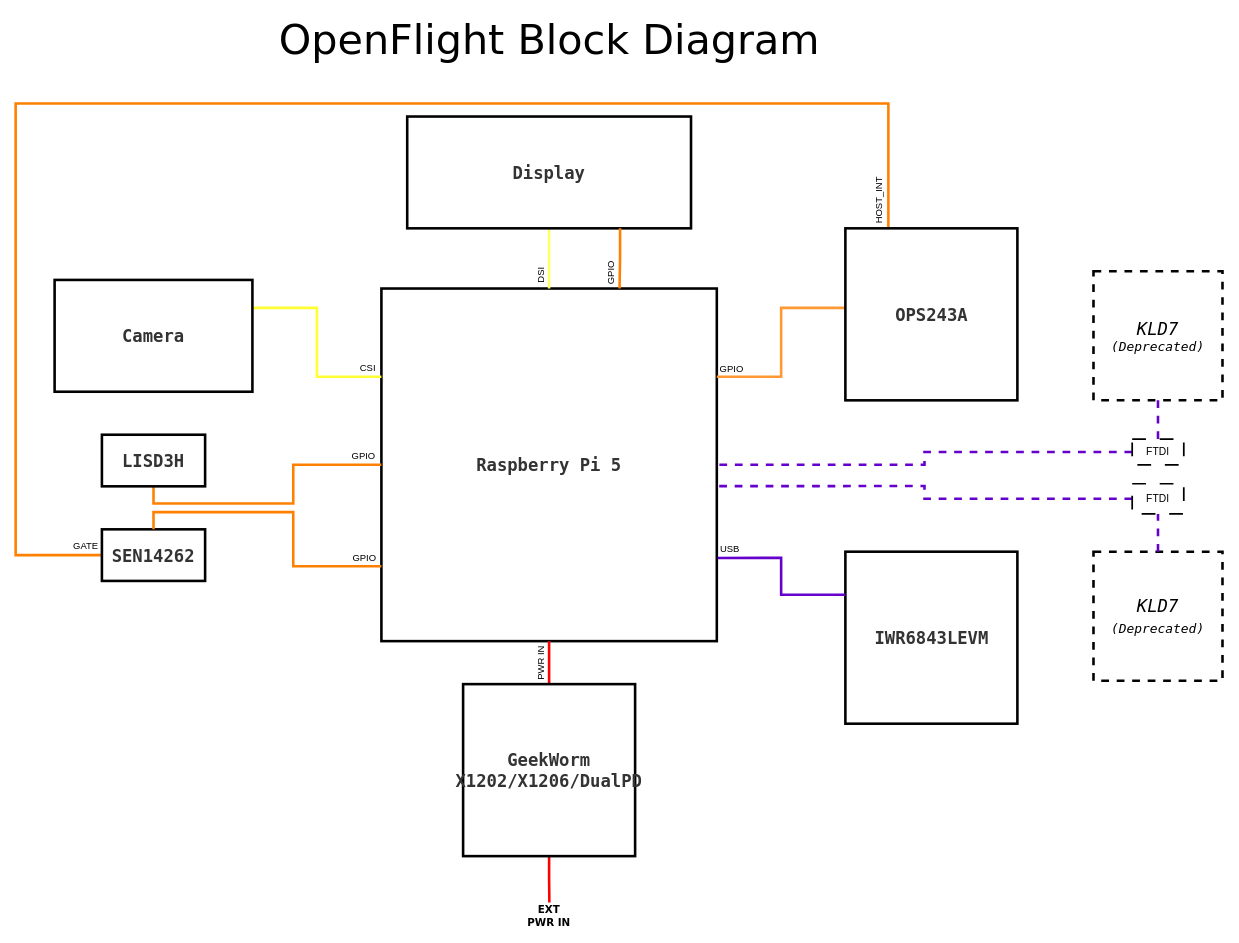
Robinante/OpenFlight-Radar-Workbench keeps this draw.io diagram as docs/OpenFlight_Block_Diagram.drawio. Above is the earlier version. Source tidied: cells renumbered, new cells numbered last; positions are measured from the earlier drawing's top-left corner, leaving out a move shared by most shapes. Both pictures are drawn from the tidied source at 86%, with x=0, y=0 at pixel (15, 27).
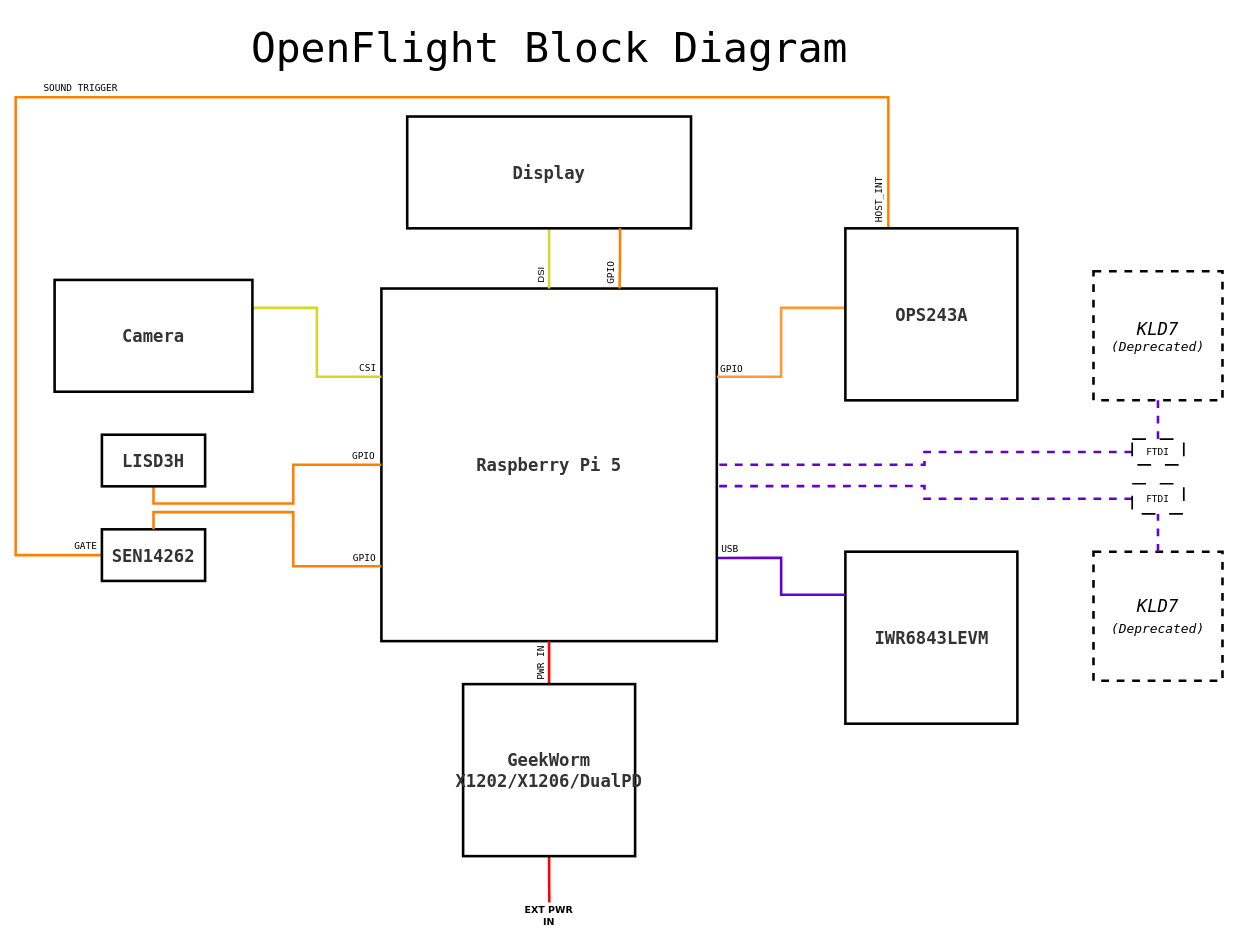
Above is the later version.

Commit message:
Font normalization

Unchanged cells that the change refers to:
```xml
<mxCell id="2" value="Raspberry Pi 5" style="rounded=0;whiteSpace=wrap;fillColor=light-dark(#FFFFFF,#FFFFFF);fontColor=#333333;strokeColor=light-dark(#000000,#000000);perimeterSpacing=0;strokeWidth=3;glass=0;labelBackgroundColor=none;labelBorderColor=none;textShadow=0;fontStyle=1;fontSize=20;fontFamily=Lucida Console;html=1;points=[[0,0,1,0,0],[0,0.25,1,0,0],[0,0.37561,0,0,0],[0,0.5,1,0,0],[0,0.787805,0,0,0],[0,1,1,0,0],[0.25,0,1,0,0],[0.25,1,1,0,0],[0.5,0,1,0,0],[0.5,1,1,0,0],[0.692308,0,0,0,0],[0.75,1,1,0,0],[1,0,1,0,0],[1,0.25,1,0,0],[1,0.5,1,0,0],[1,0.75,1,0,0],[1,1,1,0,0],[0.99728,0.560331,0,0,0]];" parent="1" vertex="1">
  <mxGeometry x="425" y="304" width="390" height="410" as="geometry" />
</mxCell>
<mxCell id="5" value="Display" style="rounded=0;whiteSpace=wrap;html=1;strokeWidth=3;fontFamily=Lucida Console;fontSize=20;fontColor=#333333;fontStyle=1;align=center;verticalAlign=middle;labelBorderColor=none;labelBackgroundColor=none;" parent="1" vertex="1">
  <mxGeometry x="455" y="104" width="330" height="130" as="geometry" />
</mxCell>
<mxCell id="8" value="Camera" style="rounded=0;whiteSpace=wrap;html=1;strokeWidth=3;fontFamily=Lucida Console;fontSize=20;fontColor=#333333;fontStyle=1;align=center;verticalAlign=middle;labelBorderColor=none;labelBackgroundColor=none;" parent="1" vertex="1">
  <mxGeometry x="45" y="294" width="230" height="130" as="geometry" />
</mxCell>
<mxCell id="12" value="SEN14262" style="rounded=0;whiteSpace=wrap;html=1;strokeWidth=3;fontFamily=Lucida Console;fontSize=20;fontColor=#333333;fontStyle=1;align=center;verticalAlign=middle;labelBorderColor=none;labelBackgroundColor=none;" parent="1" vertex="1">
  <mxGeometry x="100" y="584" width="120" height="60" as="geometry" />
</mxCell>
<mxCell id="15" style="edgeStyle=orthogonalEdgeStyle;rounded=0;jettySize=auto;html=1;exitX=0.003804;exitY=0.462609;exitDx=0;exitDy=0;exitPerimeter=0;entryX=1;entryY=0.25;entryDx=0;entryDy=0;strokeWidth=3;strokeColor=light-dark(#FF9933,#FF9933);endArrow=none;endFill=0;" parent="1" edge="1" source="17" target="2">
  <mxGeometry relative="1" as="geometry" />
</mxCell>
<mxCell id="17" value="&lt;div&gt;OPS243A&lt;/div&gt;" style="rounded=0;whiteSpace=wrap;html=1;strokeWidth=3;fontFamily=Lucida Console;fontSize=20;fontColor=#333333;fontStyle=1;align=center;verticalAlign=middle;labelBorderColor=none;labelBackgroundColor=none;points=[[0,0,1,0,0],[0.25,0,1,0,0],[0.5,0,1,0,0],[0.75,0,1,0,0],[1,0,1,0,0],[0,0.25,1,0,0],[0,0.5,1,0,0],[0,0.75,1,0,0],[1,0.25,1,0,0],[1,0.5,1,0,0],[1,0.75,1,0,0],[0,1,1,0,0],[0.25,1,1,0,0],[0.5,1,1,0,0],[0.75,1,1,0,0],[1,1,1,0,0],[0.003804,0.462609,0,0,0]];" parent="1" vertex="1">
  <mxGeometry x="964.5" y="234" width="200" height="200" as="geometry" />
</mxCell>
<mxCell id="19" style="edgeStyle=orthogonalEdgeStyle;rounded=0;jettySize=auto;html=1;exitX=0.5;exitY=0;exitDx=0;exitDy=0;entryX=0.5;entryY=1;entryDx=0;entryDy=0;endArrow=none;endFill=0;strokeWidth=3;strokeColor=#FF0000;" parent="1" edge="1" source="22" target="2">
  <mxGeometry relative="1" as="geometry" />
</mxCell>
<mxCell id="27" style="edgeStyle=orthogonalEdgeStyle;rounded=0;jettySize=auto;html=1;exitX=0;exitY=0.25;exitDx=0;exitDy=0;entryX=1.003;entryY=0.764;entryDx=0;entryDy=0;entryPerimeter=0;endArrow=none;endFill=0;startArrow=none;startFill=0;strokeWidth=3;strokeColor=#6600CC;" parent="1" edge="1" source="18" target="2">
  <mxGeometry relative="1" as="geometry" />
</mxCell>
<mxCell id="29" style="edgeStyle=orthogonalEdgeStyle;rounded=0;jettySize=auto;html=1;exitX=0.5;exitY=0;exitDx=0;exitDy=0;entryX=0;entryY=0.787805;entryDx=0;entryDy=0;entryPerimeter=0;strokeWidth=3;endArrow=none;endFill=0;strokeColor=#FF8000;" parent="1" edge="1" source="12" target="2">
  <mxGeometry relative="1" as="geometry" />
</mxCell>
<mxCell id="32" style="edgeStyle=orthogonalEdgeStyle;rounded=0;jettySize=auto;html=1;exitX=0.75;exitY=1;exitDx=0;exitDy=0;entryX=0.71;entryY=0;entryDx=0;entryDy=0;entryPerimeter=0;endArrow=none;endFill=0;strokeColor=#FF8000;strokeWidth=3;" parent="1" edge="1" source="5" target="2">
  <mxGeometry relative="1" as="geometry" />
</mxCell>
```

Diff of the diagram source:
```diff
@@
-    <mxCell id="3" style="edgeStyle=orthogonalEdgeStyle;rounded=0;jettySize=auto;html=1;exitX=0.5;exitY=1;exitDx=0;exitDy=0;entryX=0.5;entryY=0;entryDx=0;entryDy=0;endArrow=none;endFill=0;strokeColor=#FFFF66;strokeWidth=3;" parent="1" edge="1" source="5" target="2">
+    <mxCell id="3" style="edgeStyle=orthogonalEdgeStyle;rounded=0;jettySize=auto;html=1;exitX=0.5;exitY=1;exitDx=0;exitDy=0;entryX=0.5;entryY=0;entryDx=0;entryDy=0;endArrow=none;endFill=0;strokeColor=#D5D52B;strokeWidth=3;" parent="1" edge="1" source="5" target="2">
       <mxGeometry relative="1" as="geometry" />
     </mxCell>
@@
-    <mxCell id="6" style="edgeStyle=orthogonalEdgeStyle;rounded=0;jettySize=auto;html=1;exitX=1;exitY=0.25;exitDx=0;exitDy=0;entryX=0;entryY=0.25;entryDx=0;entryDy=0;endArrow=none;endFill=0;strokeColor=#FFFF33;strokeWidth=3;" parent="1" edge="1" source="8" target="2">
+    <mxCell id="6" style="edgeStyle=orthogonalEdgeStyle;rounded=0;jettySize=auto;html=1;exitX=1;exitY=0.25;exitDx=0;exitDy=0;entryX=0;entryY=0.25;entryDx=0;entryDy=0;endArrow=none;endFill=0;strokeColor=#D5D52B;strokeWidth=3;" parent="1" edge="1" source="8" target="2">
       <mxGeometry relative="1" as="geometry" />
     </mxCell>
-    <mxCell id="7" value="CSI" style="edgeLabel;html=1;align=center;verticalAlign=middle;" parent="6" vertex="1">
+    <mxCell id="7" value="CSI" style="edgeLabel;html=1;align=center;verticalAlign=middle;fontFamily=Lucida Console;" parent="6" vertex="1">
       <mxGeometry x="0.64" y="3" relative="1" as="geometry">
         <mxPoint x="24" y="-8" as="offset" />
       </mxGeometry>
     </mxCell>
@@
     <mxCell id="9" style="edgeStyle=orthogonalEdgeStyle;rounded=0;jettySize=auto;html=1;exitX=0;exitY=0.5;exitDx=0;exitDy=0;entryX=0.25;entryY=0;entryDx=0;entryDy=0;endArrow=none;endFill=0;strokeWidth=3;strokeColor=light-dark(#FF8000,#FF8000);" parent="1" edge="1" source="12" target="17">
       <mxGeometry x="0.11" relative="1" as="geometry">
         <Array as="points">
           <mxPoint x="-0.3" y="614" />
-          <mxPoint x="-0.3" y="88.8" />
-          <mxPoint x="1014.5" y="88.8" />
+          <mxPoint x="-0.3" y="81.5" />
+          <mxPoint x="1014.5" y="81.5" />
         </Array>
       </mxGeometry>
     </mxCell>
-    <mxCell id="10" value="GATE" style="edgeLabel;html=1;align=center;verticalAlign=middle;" parent="9" vertex="1">
+    <mxCell id="10" value="GATE" style="edgeLabel;html=1;align=center;verticalAlign=middle;fontFamily=Lucida Console;fontSize=11;fontColor=default;fontStyle=0;labelBackgroundColor=default;" parent="9" vertex="1">
       <mxGeometry x="-0.95" y="2" relative="1" as="geometry">
         <mxPoint x="25" y="-14" as="offset" />
       </mxGeometry>
     </mxCell>
-    <mxCell id="11" value="HOST_INT" style="edgeLabel;html=1;align=center;verticalAlign=middle;rotation=270;" parent="9" vertex="1">
+    <mxCell id="11" value="HOST_INT" style="edgeLabel;html=1;align=center;verticalAlign=middle;rotation=270;fontFamily=Lucida Console;fontSize=11;fontColor=default;fontStyle=0;labelBackgroundColor=default;" parent="9" vertex="1">
       <mxGeometry x="0.94" y="6" relative="1" as="geometry">
         <mxPoint x="-17" y="22" as="offset" />
       </mxGeometry>
     </mxCell>
+    <mxCell id="40" value="&lt;font face=&quot;Lucida Console&quot;&gt;SOUND TRIGGER&lt;/font&gt;" style="edgeLabel;html=1;align=center;verticalAlign=middle;" parent="9" vertex="1">
+      <mxGeometry x="0.01" y="-2" relative="1" as="geometry">
+        <mxPoint x="-201" y="-13" as="offset" />
+      </mxGeometry>
+    </mxCell>
@@
-    <mxCell id="16" value="GPIO" style="edgeLabel;html=1;align=center;verticalAlign=middle;" parent="15" vertex="1">
+    <mxCell id="16" value="GPIO" style="edgeLabel;html=1;align=center;verticalAlign=middle;fontFamily=Lucida Console;fontSize=11;fontColor=default;fontStyle=0;labelBackgroundColor=default;" parent="15" vertex="1">
       <mxGeometry x="0.7" relative="1" as="geometry">
         <mxPoint x="-18" y="-10" as="offset" />
       </mxGeometry>
     </mxCell>
@@
-    <mxCell id="20" value="PWR IN" style="edgeLabel;html=1;align=center;verticalAlign=middle;rotation=270;" parent="19" vertex="1">
+    <mxCell id="20" value="PWR IN" style="edgeLabel;html=1;align=center;verticalAlign=middle;rotation=270;fontFamily=Lucida Console;fontSize=11;fontColor=default;fontStyle=0;labelBackgroundColor=default;" parent="19" vertex="1">
       <mxGeometry x="0.81" y="-1" relative="1" as="geometry">
         <mxPoint x="-11" y="22" as="offset" />
       </mxGeometry>
     </mxCell>
@@
-    <mxCell id="23" value="OpenFlight Block Diagram" style="text;html=1;whiteSpace=wrap;strokeColor=none;fillColor=none;align=center;verticalAlign=middle;rounded=0;fontSize=48;fontFamily=Verdana;" parent="1" vertex="1">
-      <mxGeometry x="275.5" width="689" height="30" as="geometry" />
+    <mxCell id="23" value="OpenFlight Block Diagram" style="text;html=1;whiteSpace=wrap;strokeColor=none;fillColor=none;align=center;verticalAlign=middle;rounded=0;fontSize=48;fontFamily=Lucida Console;" parent="1" vertex="1">
+      <mxGeometry x="202.8" y="9" width="834.5" height="30" as="geometry" />
     </mxCell>
@@
-    <mxCell id="28" value="USB" style="edgeLabel;html=1;align=center;verticalAlign=middle;" parent="27" vertex="1">
+    <mxCell id="28" value="USB" style="edgeLabel;html=1;align=center;verticalAlign=middle;fontFamily=Lucida Console;fontSize=11;fontColor=default;fontStyle=0;labelBackgroundColor=default;" parent="27" vertex="1">
       <mxGeometry x="0.65" relative="1" as="geometry">
         <mxPoint x="-20" y="-11" as="offset" />
       </mxGeometry>
     </mxCell>
@@
-    <mxCell id="30" value="GPIO" style="edgeLabel;html=1;align=center;verticalAlign=middle;" parent="29" vertex="1">
+    <mxCell id="30" value="GPIO" style="edgeLabel;html=1;align=center;verticalAlign=middle;fontFamily=Lucida Console;fontSize=11;fontColor=default;fontStyle=0;labelBackgroundColor=default;" parent="29" vertex="1">
       <mxGeometry x="0.78" y="-7" relative="1" as="geometry">
         <mxPoint x="18" y="-18" as="offset" />
       </mxGeometry>
     </mxCell>
-    <mxCell id="31" value="GPIO" style="edgeLabel;html=1;align=center;verticalAlign=middle;" parent="29" vertex="1">
+    <mxCell id="31" value="GPIO" style="edgeLabel;html=1;align=center;verticalAlign=middle;fontFamily=Lucida Console;fontSize=11;fontColor=default;fontStyle=0;labelBackgroundColor=default;" parent="29" vertex="1">
       <mxGeometry x="0.78" y="-7" relative="1" as="geometry">
         <mxPoint x="17" y="-136" as="offset" />
       </mxGeometry>
     </mxCell>
@@
-    <mxCell id="33" value="GPIO" style="edgeLabel;html=1;align=center;verticalAlign=middle;rotation=270;" parent="32" vertex="1">
+    <mxCell id="33" value="GPIO" style="edgeLabel;html=1;align=center;verticalAlign=middle;rotation=270;fontFamily=Lucida Console;fontSize=11;fontColor=default;fontStyle=0;labelBackgroundColor=default;" parent="32" vertex="1">
       <mxGeometry x="0.34" relative="1" as="geometry">
         <mxPoint x="-10" y="6" as="offset" />
       </mxGeometry>
     </mxCell>
-    <mxCell id="34" value="&lt;font face=&quot;Verdana&quot;&gt;&lt;b&gt;EXT PWR IN&lt;/b&gt;&lt;/font&gt;" style="text;html=1;whiteSpace=wrap;strokeColor=none;fillColor=none;align=center;verticalAlign=middle;rounded=0;" parent="1" vertex="1">
+    <mxCell id="34" value="&lt;font face=&quot;Verdana&quot;&gt;&lt;b&gt;EXT PWR IN&lt;/b&gt;&lt;/font&gt;" style="text;html=1;whiteSpace=wrap;strokeColor=none;fillColor=none;align=center;verticalAlign=middle;rounded=0;fontFamily=Lucida Console;fontSize=11;fontColor=default;fontStyle=0;labelBackgroundColor=default;" parent="1" vertex="1">
       <mxGeometry x="590" y="1019" width="60" height="30" as="geometry" />
     </mxCell>
@@
-    <mxCell id="37" value="FTDI" style="rounded=0;whiteSpace=wrap;html=1;dashed=1;dashPattern=8 8;strokeWidth=2;" parent="1" vertex="1">
+    <mxCell id="37" value="FTDI" style="rounded=0;whiteSpace=wrap;html=1;dashed=1;dashPattern=8 8;strokeWidth=2;fontFamily=Lucida Console;fontSize=11;fontColor=default;fontStyle=0;align=center;verticalAlign=middle;labelBackgroundColor=default;" parent="1" vertex="1">
       <mxGeometry x="1298" y="479" width="60" height="30" as="geometry" />
     </mxCell>
@@
-    <mxCell id="39" value="FTDI" style="rounded=0;whiteSpace=wrap;html=1;dashed=1;dashPattern=8 8;strokeWidth=2;" parent="1" vertex="1">
+    <mxCell id="39" value="FTDI" style="rounded=0;whiteSpace=wrap;html=1;dashed=1;dashPattern=8 8;strokeWidth=2;fontFamily=Lucida Console;fontSize=11;fontColor=default;fontStyle=0;align=center;verticalAlign=middle;labelBackgroundColor=default;" parent="1" vertex="1">
       <mxGeometry x="1298" y="531" width="60" height="35" as="geometry" />
     </mxCell>
```
